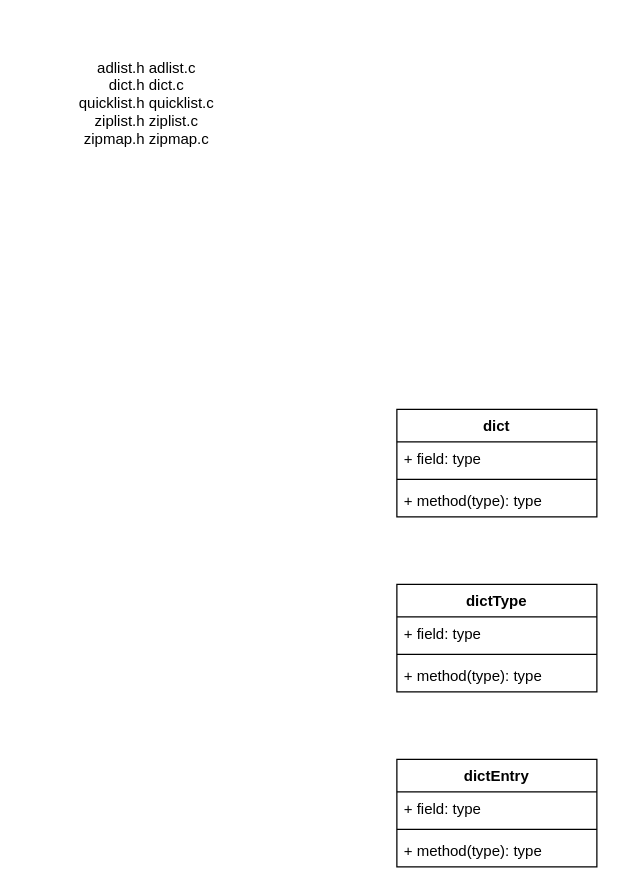
Before: page "ds & object" (1 of 7) of redis.drawio in tadsimons/draw, a draw.io diagram. Source tidied: cells renumbered, new cells numbered last; positions are measured from the earlier drawing's top-left corner, leaving out a move shared by most shapes. Both pictures are drawn from the tidied source at 125%, with x=0, y=0 at pixel (34, 59).
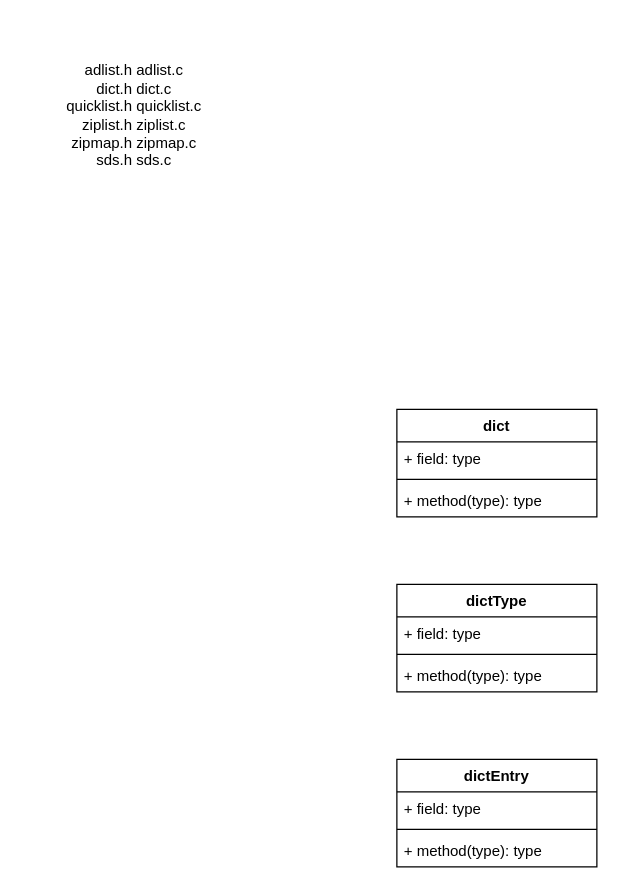
The same diagram, later.

The edit, as a diff of the source:
```diff
@@
 <mxGraphModel>
   <root>
     <mxCell id="0" />
     <mxCell id="1" parent="0" />
     <mxCell id="2" value="dict" style="swimlane;fontStyle=1;align=center;verticalAlign=top;horizontal=1;startSize=26;" parent="1" vertex="1">
       <mxGeometry x="290" y="280" width="160" height="86" as="geometry" />
     </mxCell>
     <mxCell id="3" value="+ field: type" style="text;strokeColor=none;fillColor=none;align=left;verticalAlign=top;spacingLeft=4;spacingRight=4;overflow=hidden;" parent="2" vertex="1">
       <mxGeometry y="26" width="160" height="26" as="geometry" />
     </mxCell>
     <mxCell id="4" style="line;strokeWidth=1;fillColor=none;align=left;verticalAlign=middle;spacingTop=-1;spacingLeft=3;spacingRight=3;labelPosition=right;" parent="2" vertex="1">
       <mxGeometry y="52" width="160" height="8" as="geometry" />
     </mxCell>
     <mxCell id="5" value="+ method(type): type" style="text;strokeColor=none;fillColor=none;align=left;verticalAlign=top;spacingLeft=4;spacingRight=4;overflow=hidden;" parent="2" vertex="1">
       <mxGeometry y="60" width="160" height="26" as="geometry" />
     </mxCell>
     <mxCell id="6" value="dictType" style="swimlane;fontStyle=1;align=center;verticalAlign=top;horizontal=1;startSize=26;" parent="1" vertex="1">
       <mxGeometry x="290" y="420" width="160" height="86" as="geometry" />
     </mxCell>
     <mxCell id="7" value="+ field: type" style="text;strokeColor=none;fillColor=none;align=left;verticalAlign=top;spacingLeft=4;spacingRight=4;overflow=hidden;" parent="6" vertex="1">
       <mxGeometry y="26" width="160" height="26" as="geometry" />
     </mxCell>
     <mxCell id="8" style="line;strokeWidth=1;fillColor=none;align=left;verticalAlign=middle;spacingTop=-1;spacingLeft=3;spacingRight=3;labelPosition=right;" parent="6" vertex="1">
       <mxGeometry y="52" width="160" height="8" as="geometry" />
     </mxCell>
     <mxCell id="9" value="+ method(type): type" style="text;strokeColor=none;fillColor=none;align=left;verticalAlign=top;spacingLeft=4;spacingRight=4;overflow=hidden;" parent="6" vertex="1">
       <mxGeometry y="60" width="160" height="26" as="geometry" />
     </mxCell>
     <mxCell id="10" value="dictEntry" style="swimlane;fontStyle=1;align=center;verticalAlign=top;horizontal=1;startSize=26;" parent="1" vertex="1">
       <mxGeometry x="290" y="560" width="160" height="86" as="geometry" />
     </mxCell>
     <mxCell id="11" value="+ field: type" style="text;strokeColor=none;fillColor=none;align=left;verticalAlign=top;spacingLeft=4;spacingRight=4;overflow=hidden;" parent="10" vertex="1">
       <mxGeometry y="26" width="160" height="26" as="geometry" />
     </mxCell>
     <mxCell id="12" style="line;strokeWidth=1;fillColor=none;align=left;verticalAlign=middle;spacingTop=-1;spacingLeft=3;spacingRight=3;labelPosition=right;" parent="10" vertex="1">
       <mxGeometry y="52" width="160" height="8" as="geometry" />
     </mxCell>
     <mxCell id="13" value="+ method(type): type" style="text;strokeColor=none;fillColor=none;align=left;verticalAlign=top;spacingLeft=4;spacingRight=4;overflow=hidden;" parent="10" vertex="1">
       <mxGeometry y="60" width="160" height="26" as="geometry" />
     </mxCell>
-    <mxCell id="14" value="adlist.h adlist.c&lt;br&gt;dict.h dict.c&lt;br&gt;quicklist.h quicklist.c&lt;br&gt;ziplist.h ziplist.c&lt;br&gt;zipmap.h zipmap.c" style="text;html=1;strokeColor=none;fillColor=none;align=center;verticalAlign=middle;whiteSpace=wrap;rounded=0;" parent="1" vertex="1">
-      <mxGeometry width="180" height="70" as="geometry" />
+    <mxCell id="14" value="adlist.h adlist.c&lt;br&gt;dict.h dict.c&lt;br&gt;quicklist.h quicklist.c&lt;br&gt;ziplist.h ziplist.c&lt;br&gt;zipmap.h zipmap.c&lt;br&gt;sds.h sds.c" style="text;html=1;strokeColor=none;fillColor=none;align=center;verticalAlign=middle;whiteSpace=wrap;rounded=0;" parent="1" vertex="1">
+      <mxGeometry x="-10" y="-30" width="180" height="150" as="geometry" />
     </mxCell>
   </root>
 </mxGraphModel>
```
